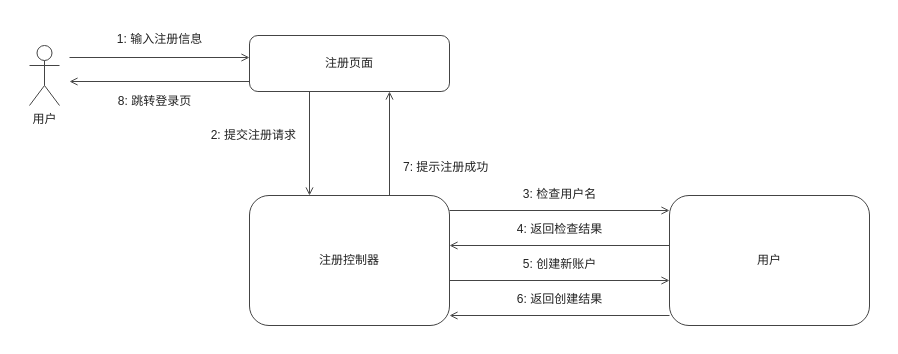
chennuo1101/electronic-photo-album-system1 keeps this draw.io diagram as docs/交付/1-账户管理-钟标/images/用户注册_协作图.drawio. Above is the earlier version. Source tidied: cells renumbered, new cells numbered last; positions are measured from the earlier drawing's top-left corner, leaving out a move shared by most shapes. Both pictures are drawn from the tidied source at 100%, with x=0, y=0 at pixel (17, 17).
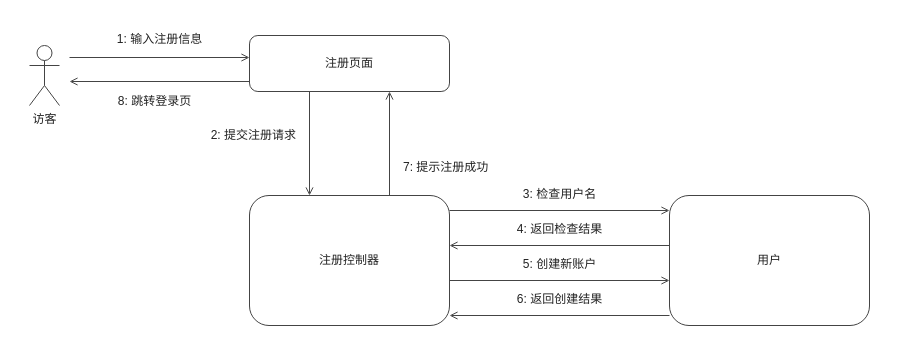
Above is the later version.

Commit message (it also covers changes not shown here):
docs(账户管理): 协作图参与者改为访客，消除与实体对象用户的同名歧义

Diff of the diagram source:
```diff
@@
-    <mxCell id="3" value="用户" style="shape=umlActor;verticalLabelPosition=bottom;verticalAlign=top;html=1;fillColor=#FFFFFF;strokeColor=#444444;fontFamily=Microsoft YaHei;fontSize=12;fontColor=#222222;" parent="1" vertex="1">
+    <mxCell id="3" value="访客" style="shape=umlActor;verticalLabelPosition=bottom;verticalAlign=top;html=1;fillColor=#FFFFFF;strokeColor=#444444;fontFamily=Microsoft YaHei;fontSize=12;fontColor=#222222;" parent="1" vertex="1">
       <mxGeometry x="12" y="28" width="30" height="60" as="geometry" />
     </mxCell>
```
